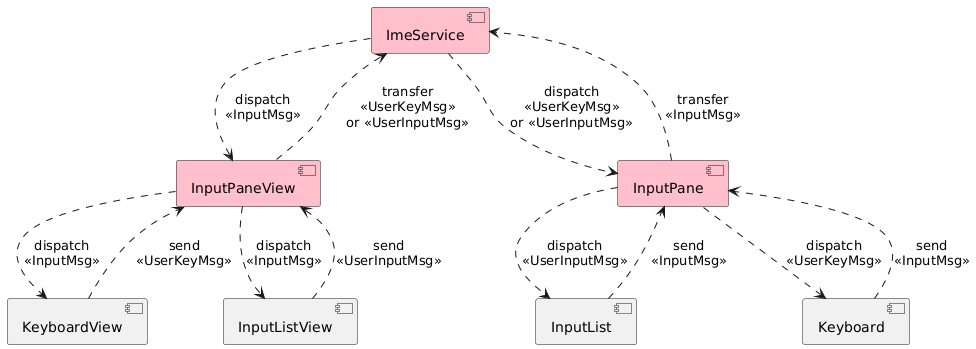
crazydan-studio/kuaizi-ime-android keeps this PlantUML diagram as docs/img/message-transfer.png. Above is the earlier version.
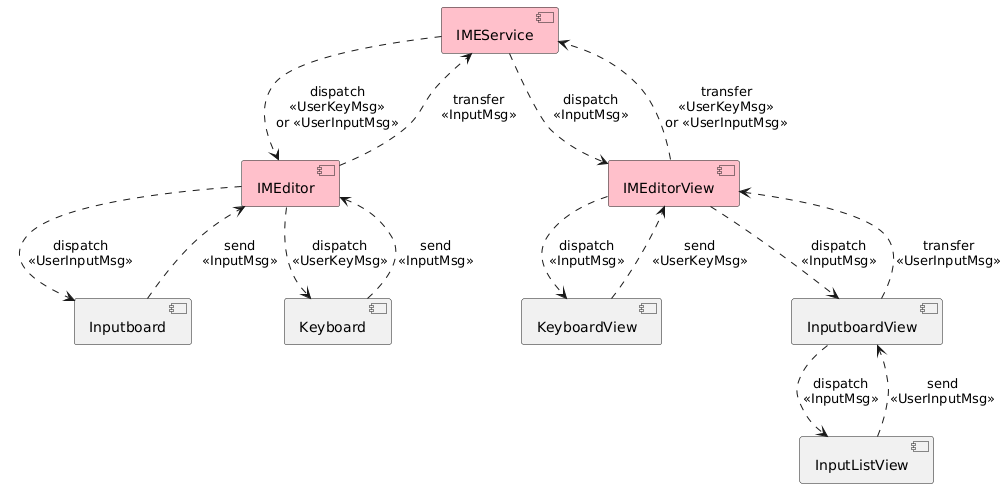
Later version of the same file.

Diff of the diagram source:
```diff
@@ -1,25 +1,31 @@
 @startuml
-component [ImeService] as ime_svc #pink
+component [IMEService] as ime_svc #pink
 
-component [InputPaneView] as input_pane_view #pink
+component [IMEditor] as ime_editor #pink
+component [Inputboard] as inputboard
+component [Keyboard] as keyboard
+
+component [IMEditorView] as ime_editor_view #pink
 component [KeyboardView] as keyboard_view
+component [InputboardView] as inputboard_view
 component [InputListView] as input_list_view
 
-component [InputPane] as input_pane #pink
-component [InputList] as input_list
-component [Keyboard] as keyboard
+input_list_view ..> inputboard_view: send\n<<UserInputMsg>>
+inputboard_view ..> ime_editor_view: transfer\n<<UserInputMsg>>
+keyboard_view ..> ime_editor_view: send\n<<UserKeyMsg>>
+ime_editor_view ..> ime_svc: transfer\n<<UserKeyMsg>>\nor <<UserInputMsg>>
 
-keyboard_view ..> input_pane_view: send\n<<UserKeyMsg>>
-input_list_view ..> input_pane_view: send\n<<UserInputMsg>>
-input_pane_view ..> ime_svc: transfer\n<<UserKeyMsg>>\nor <<UserInputMsg>>
-ime_svc ..> input_pane: dispatch\n<<UserKeyMsg>>\nor <<UserInputMsg>>
-input_pane ..> keyboard: dispatch\n<<UserKeyMsg>>
-input_pane ..> input_list: dispatch\n<<UserInputMsg>>
+ime_svc ..> ime_editor: dispatch\n<<UserKeyMsg>>\nor <<UserInputMsg>>
+ime_editor ..> keyboard: dispatch\n<<UserKeyMsg>>
+ime_editor ..> inputboard: dispatch\n<<UserInputMsg>>
 
-keyboard ..> input_pane: send\n<<InputMsg>>
-input_list ..> input_pane: send\n<<InputMsg>>
-input_pane ..> ime_svc: transfer\n<<InputMsg>>
-ime_svc ..> input_pane_view: dispatch\n<<InputMsg>>
-input_pane_view ..> keyboard_view: dispatch\n<<InputMsg>>
-input_pane_view ..> input_list_view: dispatch\n<<InputMsg>>
+
+keyboard ..> ime_editor: send\n<<InputMsg>>
+inputboard ..> ime_editor: send\n<<InputMsg>>
+ime_editor ..> ime_svc: transfer\n<<InputMsg>>
+
+ime_svc ..> ime_editor_view: dispatch\n<<InputMsg>>
+ime_editor_view ..> keyboard_view: dispatch\n<<InputMsg>>
+ime_editor_view ..> inputboard_view: dispatch\n<<InputMsg>>
+inputboard_view ..> input_list_view: dispatch\n<<InputMsg>>
 @enduml
```
